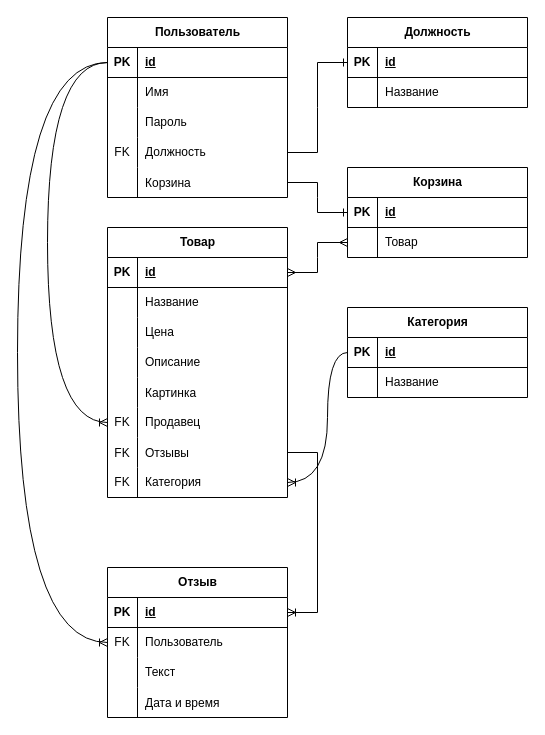
Earlier version of the draw.io diagram page "Страница — 1" (1 of 2) of aliexpress.drawio (on3ginnn/draw.io). Source tidied: cells renumbered, new cells numbered last; positions are measured from the earlier drawing's top-left corner, leaving out a move shared by most shapes. Both pictures are drawn from the tidied source at 100%, with x=0, y=0 at pixel (17, 17).
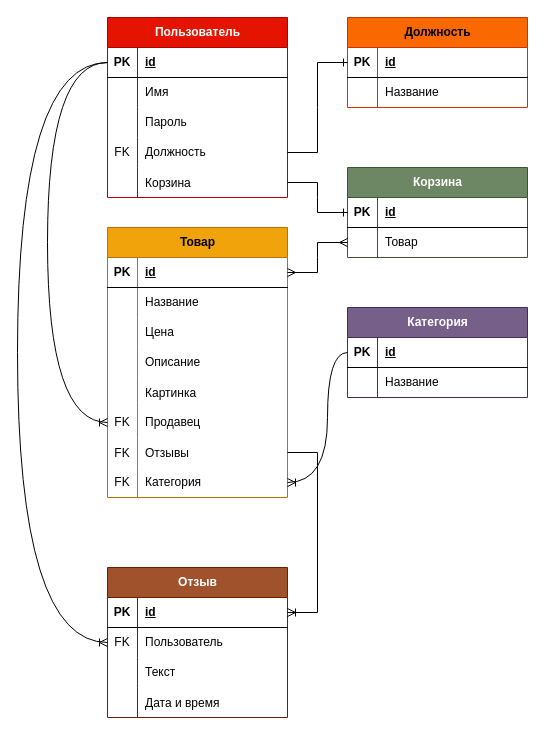
The same page after the edit.

Diff of the diagram source:
```diff
@@
-    <mxCell id="2" value="Пользователь" style="shape=table;startSize=30;childLayout=tableLayout;rowLines=0;fontStyle=1;align=center;html=1;" parent="1" vertex="1">
+    <mxCell id="2" value="Пользователь" style="shape=table;startSize=30;childLayout=tableLayout;rowLines=0;fontStyle=1;align=center;html=1;fillColor=#e51400;fontColor=#ffffff;strokeColor=#B20000;" parent="1" vertex="1">
       <mxGeometry x="90" width="180" height="180" as="geometry" />
     </mxCell>
@@
-    <mxCell id="18" value="Должность" style="shape=table;startSize=30;childLayout=tableLayout;rowLines=0;fontStyle=1;align=center;html=1;" parent="1" vertex="1">
+    <mxCell id="18" value="Должность" style="shape=table;startSize=30;childLayout=tableLayout;rowLines=0;fontStyle=1;align=center;html=1;fillColor=#fa6800;strokeColor=#C73500;fontColor=#000000;" parent="1" vertex="1">
       <mxGeometry x="330" width="180" height="90" as="geometry" />
     </mxCell>
@@
-    <mxCell id="25" value="Корзина" style="shape=table;startSize=30;childLayout=tableLayout;rowLines=0;fontStyle=1;align=center;html=1;" parent="1" vertex="1">
+    <mxCell id="25" value="Корзина" style="shape=table;startSize=30;childLayout=tableLayout;rowLines=0;fontStyle=1;align=center;html=1;fillColor=#6d8764;fontColor=#ffffff;strokeColor=#3A5431;" parent="1" vertex="1">
       <mxGeometry x="330" y="150" width="180" height="90" as="geometry" />
     </mxCell>
@@
-    <mxCell id="32" value="Товар" style="shape=table;startSize=30;childLayout=tableLayout;rowLines=0;fontStyle=1;align=center;html=1;" parent="1" vertex="1">
+    <mxCell id="32" value="Товар" style="shape=table;startSize=30;childLayout=tableLayout;rowLines=0;fontStyle=1;align=center;html=1;fillColor=#f0a30a;fontColor=#000000;strokeColor=#BD7000;" parent="1" vertex="1">
       <mxGeometry x="90" y="210" width="180" height="270" as="geometry" />
     </mxCell>
@@
-    <mxCell id="61" value="Отзыв" style="shape=table;startSize=30;childLayout=tableLayout;rowLines=0;fontStyle=1;align=center;html=1;" parent="1" vertex="1">
+    <mxCell id="61" value="Отзыв" style="shape=table;startSize=30;childLayout=tableLayout;rowLines=0;fontStyle=1;align=center;html=1;fillColor=#a0522d;fontColor=#ffffff;strokeColor=#6D1F00;" parent="1" vertex="1">
       <mxGeometry x="90" y="550" width="180" height="150" as="geometry" />
     </mxCell>
@@
-    <mxCell id="76" value="Категория" style="shape=table;startSize=30;childLayout=tableLayout;rowLines=0;fontStyle=1;align=center;html=1;" parent="1" vertex="1">
+    <mxCell id="76" value="Категория" style="shape=table;startSize=30;childLayout=tableLayout;rowLines=0;fontStyle=1;align=center;html=1;fillColor=#76608a;fontColor=#ffffff;strokeColor=#432D57;" parent="1" vertex="1">
       <mxGeometry x="330" y="290" width="180" height="90" as="geometry" />
     </mxCell>
```
